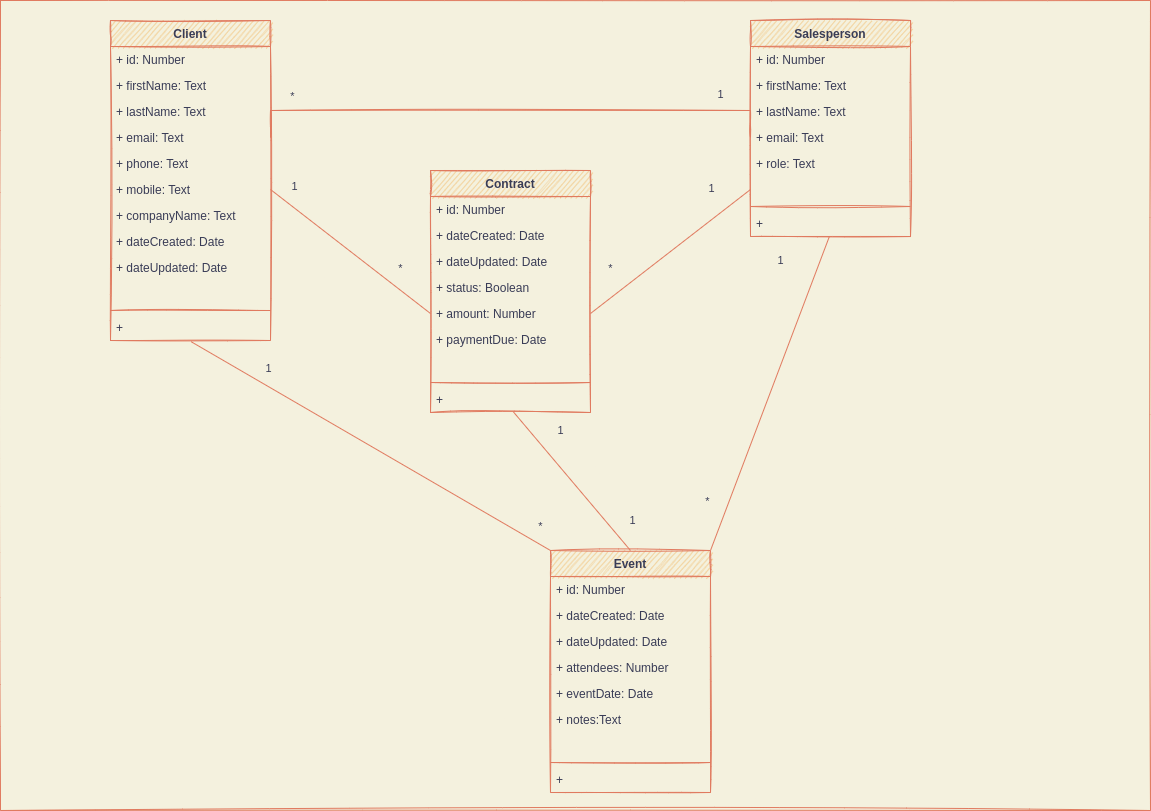
Earlier version of the draw.io export Conceptual_Data_Model.drawio.png (josayko-courses/epic_events_CRM). Source tidied: cells renumbered, new cells last; positions are measured from the earlier drawing's top-left corner, leaving out a move shared by most shapes.
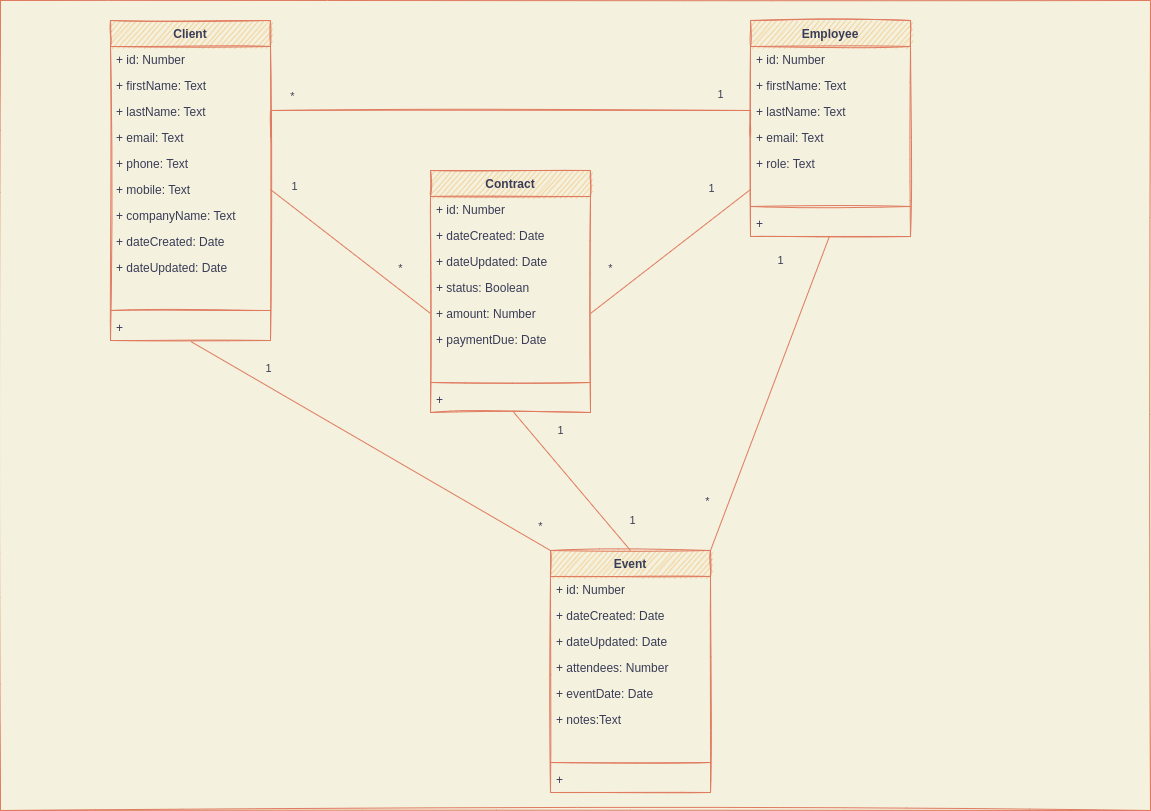
After the commit.

What changed in the source:
```diff
@@ -45,7 +45,7 @@
     <mxCell id="16" value="+ " style="text;strokeColor=none;fillColor=none;align=left;verticalAlign=top;spacingLeft=4;spacingRight=4;overflow=hidden;points=[[0,0.5],[1,0.5]];portConstraint=eastwest;sketch=1;fontColor=#393C56;" parent="4" vertex="1">
       <mxGeometry y="294" width="160" height="26" as="geometry" />
     </mxCell>
-    <mxCell id="17" value="Salesperson" style="swimlane;fontStyle=1;align=center;verticalAlign=top;horizontal=1;startSize=26;sketch=1;fillColor=#F2CC8F;strokeColor=#E07A5F;fontColor=#393C56;" parent="3" vertex="1">
+    <mxCell id="17" value="Employee" style="swimlane;fontStyle=1;align=center;verticalAlign=top;horizontal=1;startSize=26;sketch=1;fillColor=#F2CC8F;strokeColor=#E07A5F;fontColor=#393C56;" parent="3" vertex="1">
       <mxGeometry x="750" y="20" width="160" height="216" as="geometry" />
     </mxCell>
     <mxCell id="18" value="+ id: Number" style="text;strokeColor=none;fillColor=none;align=left;verticalAlign=top;spacingLeft=4;spacingRight=4;overflow=hidden;sketch=1;fontColor=#393C56;" parent="17" vertex="1">
```
